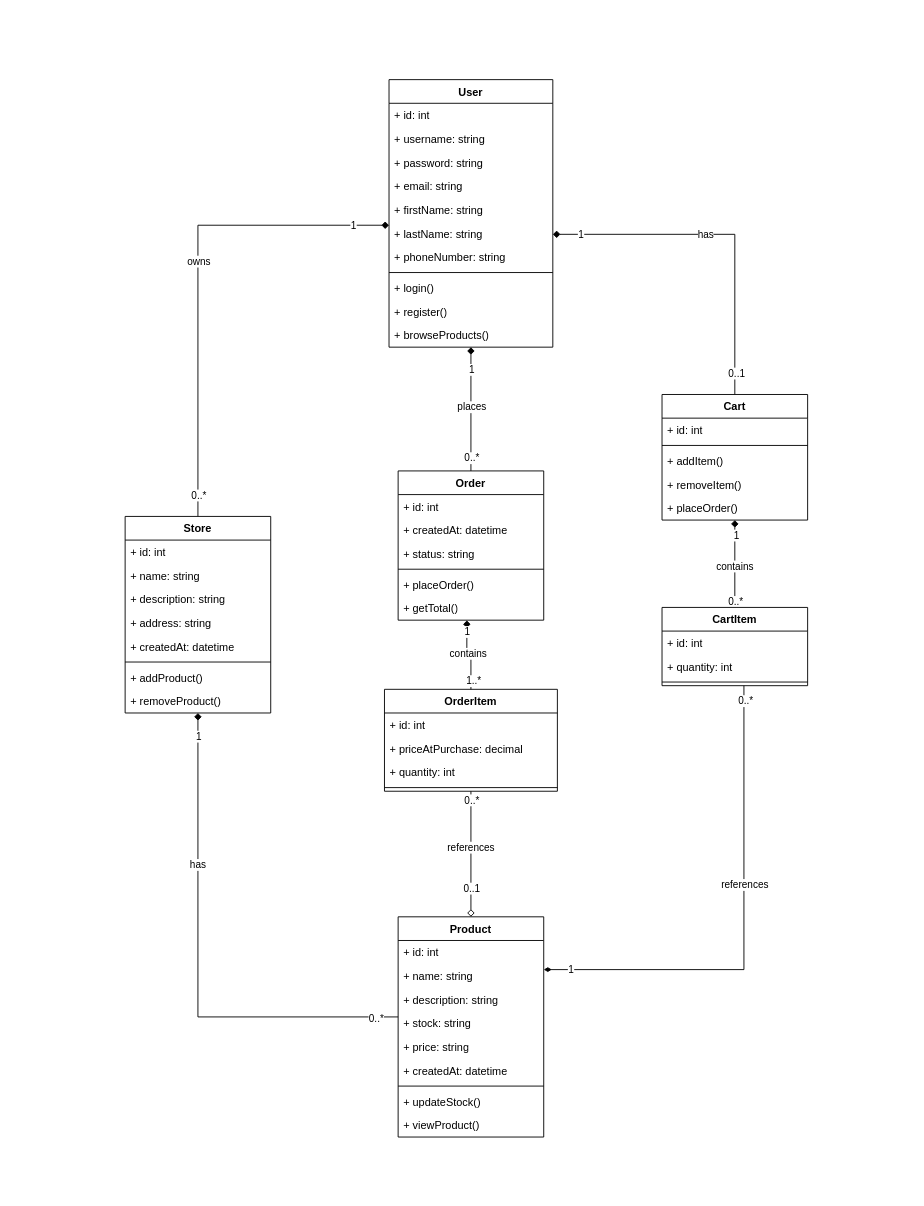
This is page "Class Diagram" (2 of 2) of E-Commerce API Use-case diagram.drawio from RHILIUS/drawio, a draw.io file, before an edit. Source tidied: cells renumbered, new cells numbered last; positions are measured from the earlier drawing's top-left corner, leaving out a move shared by most shapes. Both pictures are drawn from the tidied source at 91%, with x=0, y=0 at pixel (125, 79).
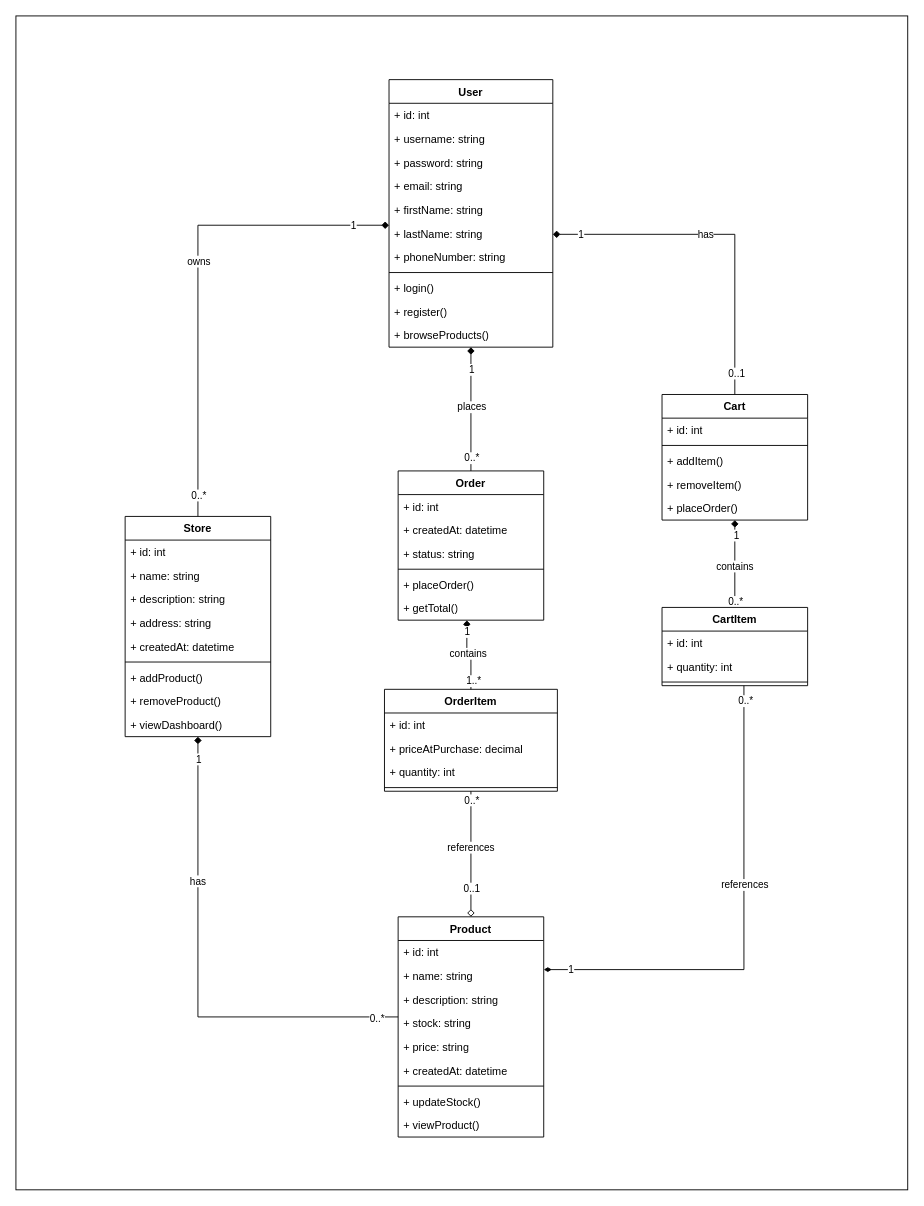
Above is the later version.

The edit, as a diff of the source:
```diff
@@
+    <mxCell id="87" style="rounded=0;whiteSpace=wrap;html=1;" parent="1" vertex="1">
+      <mxGeometry x="-120" y="-70" width="980" height="1290" as="geometry" />
+    </mxCell>
@@
     <mxCell id="78" value="Store" style="swimlane;fontStyle=1;align=center;verticalAlign=top;horizontal=1;startSize=26;whiteSpace=wrap;html=1;" parent="1" vertex="1">
-      <mxGeometry y="480" width="160" height="216" as="geometry" />
+      <mxGeometry y="480" width="160" height="242" as="geometry" />
     </mxCell>
@@
+    <mxCell id="88" value="+ viewDashboard()" style="text;strokeColor=none;fillColor=none;align=left;verticalAlign=top;spacingLeft=4;spacingRight=4;overflow=hidden;whiteSpace=wrap;html=1;" parent="78" vertex="1">
+      <mxGeometry y="216" width="160" height="26" as="geometry" />
+    </mxCell>
```
